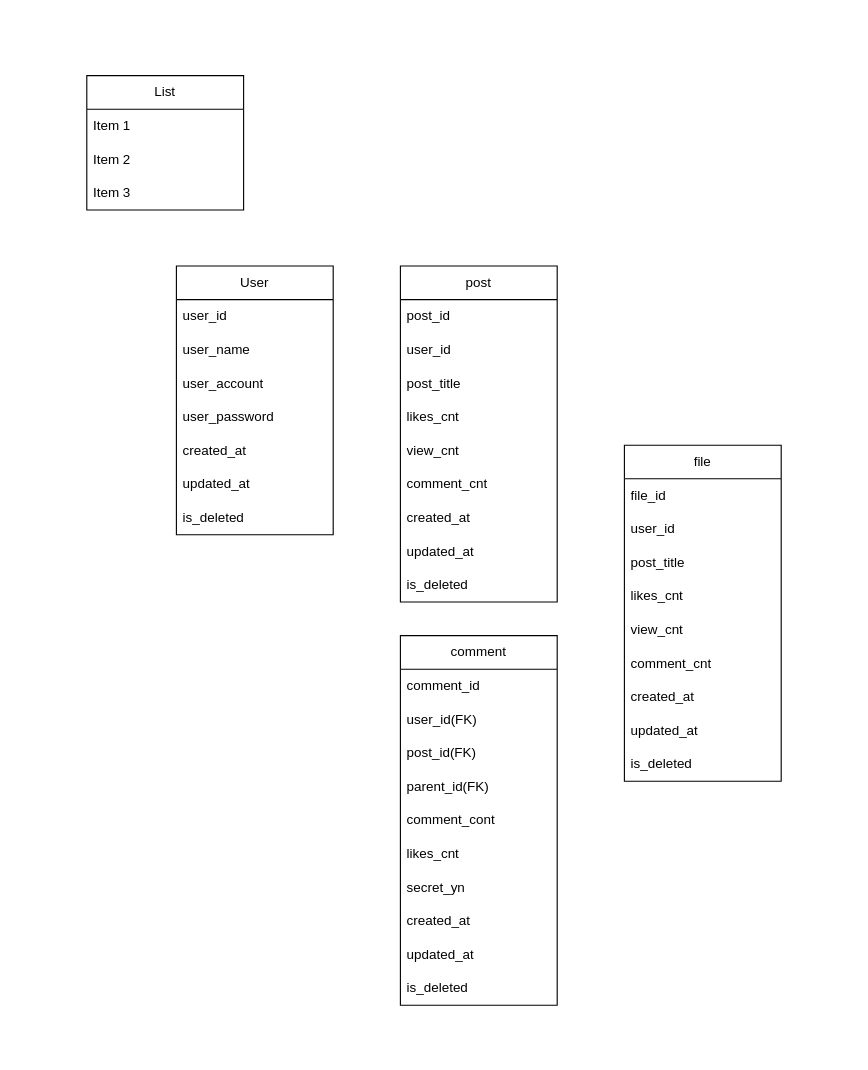
Before: chapter3.drawio in SongYoungMin-304/InflearnDraw.io, a draw.io diagram. Source tidied: cells renumbered, new cells numbered last; positions are measured from the earlier drawing's top-left corner, leaving out a move shared by most shapes. Both pictures are drawn from the tidied source at 112%, with x=0, y=0 at pixel (86, 75).
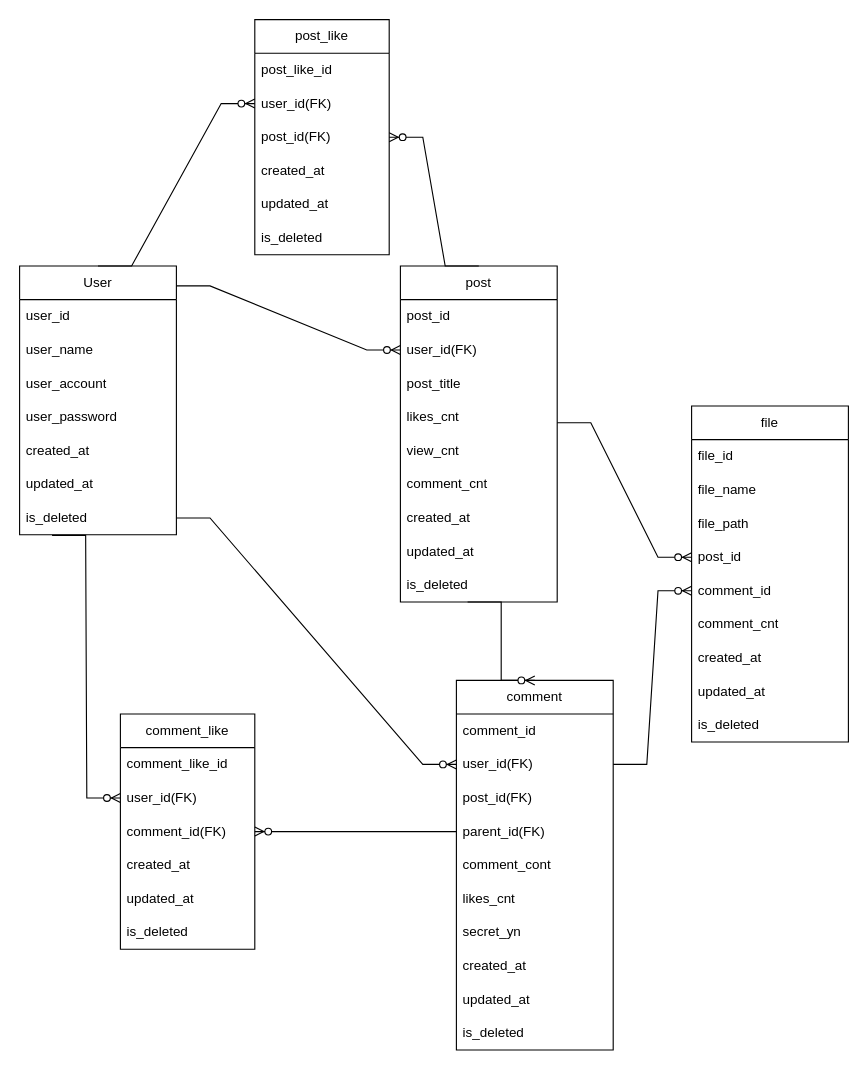
After the change.

Unchanged cells that the change refers to:
```xml
<mxCell id="9" value="is_deleted" style="text;strokeColor=none;fillColor=none;align=left;verticalAlign=middle;spacingLeft=4;spacingRight=4;overflow=hidden;points=[[0,0.5],[1,0.5]];portConstraint=eastwest;whiteSpace=wrap;html=1;" parent="2" vertex="1">
  <mxGeometry y="210" width="140" height="30" as="geometry" />
</mxCell>
<mxCell id="14" value="post" style="swimlane;fontStyle=0;horizontal=1;startSize=30;whiteSpace=wrap;html=1;" parent="1" vertex="1">
  <mxGeometry x="280" y="170" width="140" height="300" as="geometry" />
</mxCell>
<mxCell id="26" value="user_id(FK)" style="text;strokeColor=none;fillColor=none;align=left;verticalAlign=middle;spacingLeft=4;spacingRight=4;overflow=hidden;points=[[0,0.5],[1,0.5]];portConstraint=eastwest;whiteSpace=wrap;html=1;" parent="24" vertex="1">
  <mxGeometry y="60" width="140" height="30" as="geometry" />
</mxCell>
<mxCell id="28" value="parent_id(FK)" style="text;strokeColor=none;fillColor=none;align=left;verticalAlign=middle;spacingLeft=4;spacingRight=4;overflow=hidden;points=[[0,0.5],[1,0.5]];portConstraint=eastwest;whiteSpace=wrap;html=1;" parent="24" vertex="1">
  <mxGeometry y="120" width="140" height="30" as="geometry" />
</mxCell>
```

The edit, as a diff of the source:
```diff
@@
     <mxCell id="2" value="User" style="swimlane;fontStyle=0;horizontal=1;startSize=30;whiteSpace=wrap;html=1;" parent="1" vertex="1">
-      <mxGeometry x="80" y="170" width="140" height="240" as="geometry" />
+      <mxGeometry x="-60" y="170" width="140" height="240" as="geometry" />
     </mxCell>
@@
-    <mxCell id="10" value="List" style="swimlane;fontStyle=0;horizontal=1;startSize=30;whiteSpace=wrap;html=1;" parent="1" vertex="1">
-      <mxGeometry width="140" height="120" as="geometry" />
-    </mxCell>
-    <mxCell id="11" value="Item 1" style="text;strokeColor=none;fillColor=none;align=left;verticalAlign=middle;spacingLeft=4;spacingRight=4;overflow=hidden;whiteSpace=wrap;html=1;" parent="10" vertex="1">
-      <mxGeometry y="30" width="140" height="30" as="geometry" />
-    </mxCell>
-    <mxCell id="12" value="Item 2" style="text;strokeColor=none;fillColor=none;align=left;verticalAlign=middle;spacingLeft=4;spacingRight=4;overflow=hidden;whiteSpace=wrap;html=1;" parent="10" vertex="1">
-      <mxGeometry y="60" width="140" height="30" as="geometry" />
-    </mxCell>
-    <mxCell id="13" value="Item 3" style="text;strokeColor=none;fillColor=none;align=left;verticalAlign=middle;spacingLeft=4;spacingRight=4;overflow=hidden;whiteSpace=wrap;html=1;" parent="10" vertex="1">
-      <mxGeometry y="90" width="140" height="30" as="geometry" />
-    </mxCell>
@@
-    <mxCell id="16" value="user_id" style="text;strokeColor=none;fillColor=none;align=left;verticalAlign=middle;spacingLeft=4;spacingRight=4;overflow=hidden;points=[[0,0.5],[1,0.5]];portConstraint=eastwest;whiteSpace=wrap;html=1;" parent="14" vertex="1">
+    <mxCell id="16" value="user_id(FK)" style="text;strokeColor=none;fillColor=none;align=left;verticalAlign=middle;spacingLeft=4;spacingRight=4;overflow=hidden;points=[[0,0.5],[1,0.5]];portConstraint=eastwest;whiteSpace=wrap;html=1;" parent="14" vertex="1">
       <mxGeometry y="60" width="140" height="30" as="geometry" />
     </mxCell>
@@
     <mxCell id="24" value="comment" style="swimlane;fontStyle=0;horizontal=1;startSize=30;whiteSpace=wrap;html=1;" parent="1" vertex="1">
-      <mxGeometry x="280" y="500" width="140" height="330" as="geometry" />
+      <mxGeometry x="330" y="540" width="140" height="330" as="geometry" />
     </mxCell>
@@
     <mxCell id="35" value="file" style="swimlane;fontStyle=0;horizontal=1;startSize=30;whiteSpace=wrap;html=1;" parent="1" vertex="1">
-      <mxGeometry x="480" y="330" width="140" height="300" as="geometry" />
+      <mxGeometry x="540" y="295" width="140" height="300" as="geometry" />
     </mxCell>
@@
-    <mxCell id="37" value="user_id" style="text;strokeColor=none;fillColor=none;align=left;verticalAlign=middle;spacingLeft=4;spacingRight=4;overflow=hidden;whiteSpace=wrap;html=1;" parent="35" vertex="1">
+    <mxCell id="37" value="file_name" style="text;strokeColor=none;fillColor=none;align=left;verticalAlign=middle;spacingLeft=4;spacingRight=4;overflow=hidden;whiteSpace=wrap;html=1;" parent="35" vertex="1">
       <mxGeometry y="60" width="140" height="30" as="geometry" />
     </mxCell>
-    <mxCell id="38" value="post_title" style="text;strokeColor=none;fillColor=none;align=left;verticalAlign=middle;spacingLeft=4;spacingRight=4;overflow=hidden;whiteSpace=wrap;html=1;" parent="35" vertex="1">
-      <mxGeometry y="90" width="140" height="30" as="geometry" />
-    </mxCell>
-    <mxCell id="39" value="likes_cnt" style="text;strokeColor=none;fillColor=none;align=left;verticalAlign=middle;spacingLeft=4;spacingRight=4;overflow=hidden;whiteSpace=wrap;html=1;" parent="35" vertex="1">
-      <mxGeometry y="120" width="140" height="30" as="geometry" />
+    <mxCell id="39" value="file_path" style="text;strokeColor=none;fillColor=none;align=left;verticalAlign=middle;spacingLeft=4;spacingRight=4;overflow=hidden;whiteSpace=wrap;html=1;" parent="35" vertex="1">
+      <mxGeometry y="90" width="140" height="30" as="geometry" />
     </mxCell>
-    <mxCell id="40" value="view_cnt" style="text;strokeColor=none;fillColor=none;align=left;verticalAlign=middle;spacingLeft=4;spacingRight=4;overflow=hidden;whiteSpace=wrap;html=1;" parent="35" vertex="1">
-      <mxGeometry y="150" width="140" height="30" as="geometry" />
-    </mxCell>
+    <mxCell id="45" value="post_id" style="text;strokeColor=none;fillColor=none;align=left;verticalAlign=middle;spacingLeft=4;spacingRight=4;overflow=hidden;points=[[0,0.5],[1,0.5]];portConstraint=eastwest;whiteSpace=wrap;html=1;" parent="35" vertex="1">
+      <mxGeometry y="120" width="140" height="30" as="geometry" />
+    </mxCell>
+    <mxCell id="46" value="comment_id" style="text;strokeColor=none;fillColor=none;align=left;verticalAlign=middle;spacingLeft=4;spacingRight=4;overflow=hidden;points=[[0,0.5],[1,0.5]];portConstraint=eastwest;whiteSpace=wrap;html=1;" parent="35" vertex="1">
+      <mxGeometry y="150" width="140" height="30" as="geometry" />
+    </mxCell>
@@
+    <mxCell id="47" style="edgeStyle=entityRelationEdgeStyle;fontSize=12;html=1;endArrow=ERzeroToMany;endFill=1;rounded=0;exitX=1;exitY=0.074;exitDx=0;exitDy=0;exitPerimeter=0;entryX=0;entryY=0.5;entryDx=0;entryDy=0;" parent="1" edge="1" source="2" target="16">
+      <mxGeometry relative="1" as="geometry" />
+    </mxCell>
+    <mxCell id="48" style="edgeStyle=entityRelationEdgeStyle;fontSize=12;html=1;endArrow=ERzeroToMany;endFill=1;rounded=0;entryX=0;entryY=0.5;entryDx=0;entryDy=0;" parent="1" edge="1" source="9" target="26">
+      <mxGeometry relative="1" as="geometry" />
+    </mxCell>
+    <mxCell id="49" style="edgeStyle=entityRelationEdgeStyle;fontSize=12;html=1;endArrow=ERzeroToMany;endFill=1;rounded=0;exitX=1;exitY=0.074;exitDx=0;exitDy=0;exitPerimeter=0;entryX=0;entryY=0.5;entryDx=0;entryDy=0;" parent="1" edge="1" target="45">
+      <mxGeometry relative="1" as="geometry">
+        <mxPoint x="420" y="310" as="sourcePoint" />
+      </mxGeometry>
+    </mxCell>
+    <mxCell id="50" style="edgeStyle=entityRelationEdgeStyle;fontSize=12;html=1;endArrow=ERzeroToMany;endFill=1;rounded=0;exitX=1;exitY=0.5;exitDx=0;exitDy=0;entryX=0;entryY=0.5;entryDx=0;entryDy=0;" parent="1" edge="1" source="26" target="46">
+      <mxGeometry relative="1" as="geometry" />
+    </mxCell>
+    <mxCell id="51" style="edgeStyle=entityRelationEdgeStyle;fontSize=12;html=1;endArrow=ERzeroToMany;endFill=1;rounded=0;exitX=1;exitY=0.074;exitDx=0;exitDy=0;exitPerimeter=0;entryX=0.5;entryY=0;entryDx=0;entryDy=0;" parent="1" edge="1" target="24">
+      <mxGeometry relative="1" as="geometry">
+        <mxPoint x="340" y="470" as="sourcePoint" />
+      </mxGeometry>
+    </mxCell>
+    <mxCell id="52" value="post_like" style="swimlane;fontStyle=0;horizontal=1;startSize=30;whiteSpace=wrap;html=1;" parent="1" vertex="1">
+      <mxGeometry x="150" y="-50" width="120" height="210" as="geometry" />
+    </mxCell>
+    <mxCell id="53" value="post_like_id" style="text;strokeColor=none;fillColor=none;align=left;verticalAlign=middle;spacingLeft=4;spacingRight=4;overflow=hidden;whiteSpace=wrap;html=1;" parent="52" vertex="1">
+      <mxGeometry y="30" width="120" height="30" as="geometry" />
+    </mxCell>
+    <mxCell id="54" value="user_id(FK)" style="text;strokeColor=none;fillColor=none;align=left;verticalAlign=middle;spacingLeft=4;spacingRight=4;overflow=hidden;points=[[0,0.5],[1,0.5]];portConstraint=eastwest;whiteSpace=wrap;html=1;" parent="52" vertex="1">
+      <mxGeometry y="60" width="120" height="30" as="geometry" />
+    </mxCell>
+    <mxCell id="55" value="post_id(FK)" style="text;strokeColor=none;fillColor=none;align=left;verticalAlign=middle;spacingLeft=4;spacingRight=4;overflow=hidden;points=[[0,0.5],[1,0.5]];portConstraint=eastwest;whiteSpace=wrap;html=1;" parent="52" vertex="1">
+      <mxGeometry y="90" width="120" height="30" as="geometry" />
+    </mxCell>
+    <mxCell id="56" value="created_at" style="text;strokeColor=none;fillColor=none;align=left;verticalAlign=middle;spacingLeft=4;spacingRight=4;overflow=hidden;whiteSpace=wrap;html=1;" parent="52" vertex="1">
+      <mxGeometry y="120" width="120" height="30" as="geometry" />
+    </mxCell>
+    <mxCell id="57" value="updated_at" style="text;strokeColor=none;fillColor=none;align=left;verticalAlign=middle;spacingLeft=4;spacingRight=4;overflow=hidden;whiteSpace=wrap;html=1;" parent="52" vertex="1">
+      <mxGeometry y="150" width="120" height="30" as="geometry" />
+    </mxCell>
+    <mxCell id="58" value="is_deleted" style="text;strokeColor=none;fillColor=none;align=left;verticalAlign=middle;spacingLeft=4;spacingRight=4;overflow=hidden;whiteSpace=wrap;html=1;" parent="52" vertex="1">
+      <mxGeometry y="180" width="120" height="30" as="geometry" />
+    </mxCell>
+    <mxCell id="59" style="edgeStyle=entityRelationEdgeStyle;fontSize=12;html=1;endArrow=ERzeroToMany;endFill=1;rounded=0;exitX=0.5;exitY=0;exitDx=0;exitDy=0;entryX=0;entryY=0.5;entryDx=0;entryDy=0;" parent="1" edge="1" source="2" target="54">
+      <mxGeometry relative="1" as="geometry" />
+    </mxCell>
+    <mxCell id="60" style="edgeStyle=entityRelationEdgeStyle;fontSize=12;html=1;endArrow=ERzeroToMany;endFill=1;rounded=0;exitX=0.5;exitY=0;exitDx=0;exitDy=0;entryX=1;entryY=0.5;entryDx=0;entryDy=0;" parent="1" edge="1" source="14" target="55">
+      <mxGeometry relative="1" as="geometry" />
+    </mxCell>
+    <mxCell id="61" value="comment_like" style="swimlane;fontStyle=0;horizontal=1;startSize=30;whiteSpace=wrap;html=1;" parent="1" vertex="1">
+      <mxGeometry x="30" y="570" width="120" height="210" as="geometry" />
+    </mxCell>
+    <mxCell id="62" value="comment_like_id" style="text;strokeColor=none;fillColor=none;align=left;verticalAlign=middle;spacingLeft=4;spacingRight=4;overflow=hidden;whiteSpace=wrap;html=1;" parent="61" vertex="1">
+      <mxGeometry y="30" width="120" height="30" as="geometry" />
+    </mxCell>
+    <mxCell id="63" value="user_id(FK)" style="text;strokeColor=none;fillColor=none;align=left;verticalAlign=middle;spacingLeft=4;spacingRight=4;overflow=hidden;points=[[0,0.5],[1,0.5]];portConstraint=eastwest;whiteSpace=wrap;html=1;" parent="61" vertex="1">
+      <mxGeometry y="60" width="120" height="30" as="geometry" />
+    </mxCell>
+    <mxCell id="64" value="comment_id(FK)" style="text;strokeColor=none;fillColor=none;align=left;verticalAlign=middle;spacingLeft=4;spacingRight=4;overflow=hidden;points=[[0,0.5],[1,0.5]];portConstraint=eastwest;whiteSpace=wrap;html=1;" parent="61" vertex="1">
+      <mxGeometry y="90" width="120" height="30" as="geometry" />
+    </mxCell>
+    <mxCell id="65" value="created_at" style="text;strokeColor=none;fillColor=none;align=left;verticalAlign=middle;spacingLeft=4;spacingRight=4;overflow=hidden;whiteSpace=wrap;html=1;" parent="61" vertex="1">
+      <mxGeometry y="120" width="120" height="30" as="geometry" />
+    </mxCell>
+    <mxCell id="66" value="updated_at" style="text;strokeColor=none;fillColor=none;align=left;verticalAlign=middle;spacingLeft=4;spacingRight=4;overflow=hidden;whiteSpace=wrap;html=1;" parent="61" vertex="1">
+      <mxGeometry y="150" width="120" height="30" as="geometry" />
+    </mxCell>
+    <mxCell id="67" value="is_deleted" style="text;strokeColor=none;fillColor=none;align=left;verticalAlign=middle;spacingLeft=4;spacingRight=4;overflow=hidden;whiteSpace=wrap;html=1;" parent="61" vertex="1">
+      <mxGeometry y="180" width="120" height="30" as="geometry" />
+    </mxCell>
+    <mxCell id="68" style="edgeStyle=entityRelationEdgeStyle;fontSize=12;html=1;endArrow=ERzeroToMany;endFill=1;rounded=0;entryX=0;entryY=0.5;entryDx=0;entryDy=0;exitX=0.207;exitY=1.016;exitDx=0;exitDy=0;exitPerimeter=0;" parent="1" edge="1" source="9" target="63">
+      <mxGeometry relative="1" as="geometry">
+        <Array as="points">
+          <mxPoint x="-40" y="500" />
+        </Array>
+      </mxGeometry>
+    </mxCell>
+    <mxCell id="69" style="edgeStyle=entityRelationEdgeStyle;fontSize=12;html=1;endArrow=ERzeroToMany;endFill=1;rounded=0;exitX=0;exitY=0.5;exitDx=0;exitDy=0;entryX=1;entryY=0.5;entryDx=0;entryDy=0;" parent="1" edge="1" source="28" target="64">
+      <mxGeometry relative="1" as="geometry" />
+    </mxCell>
```
